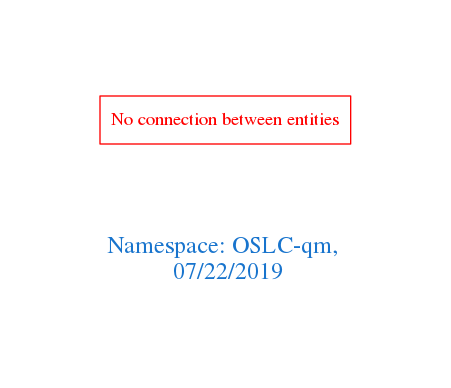
This is downloads/OSLC-qm.png from arago/OGIT, a Graphviz export, as it was before one commit. Its source is kept beside it as downloads/OSLC-qm.dot.
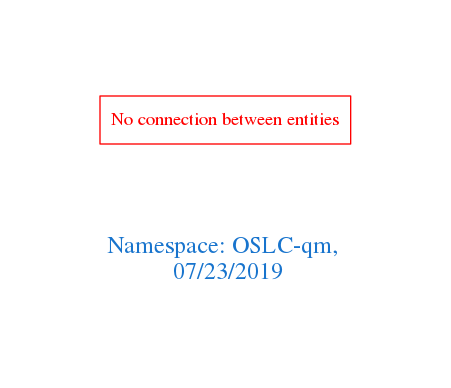
The same diagram one commit later.

Diff of the diagram source:
```diff
@@ -1,7 +1,7 @@
 digraph OGIT_ontology {
  graph [ rankdir= LR,pad=1
 fontsize = 18,
-fontcolor= dodgerblue3,label = "\n\n\nNamespace: OSLC-qm, \n 07/22/2019"];
+fontcolor= dodgerblue3,label = "\n\n\nNamespace: OSLC-qm, \n 07/23/2019"];
 node[shape=polygon];
 edge [  color="gray81"];
 
```
